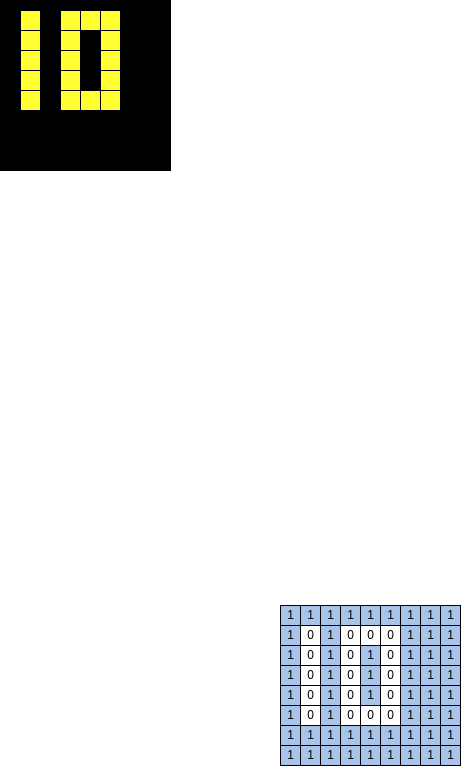
The draw.io diagram assets/images/image-segmentation/m2nist_image_illustration-5.drawio.png in ronen-halevy/ronen-halevy.github.io, before a commit. Source tidied: cells renumbered, new cells last; positions are measured from the earlier drawing's top-left corner, leaving out a move shared by most shapes.
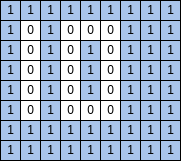
The same diagram one commit later.

Diff of the diagram source:
```diff
@@ -2,96 +2,6 @@
   <root>
     <mxCell id="0" />
     <mxCell id="1" parent="0" />
-    <mxCell id="2" style="whiteSpace=wrap;html=1;fillColor=#000000;strokeColor=#000000;" parent="1" vertex="1">
-      <mxGeometry width="170" height="170" as="geometry" />
-    </mxCell>
-    <mxCell id="3" value="1" style="text;html=1;align=center;verticalAlign=middle;strokeColor=none;fillColor=#FFFF33;" parent="1" vertex="1">
-      <mxGeometry x="60" y="10" width="20" height="20" as="geometry" />
-    </mxCell>
-    <mxCell id="4" value="1" style="text;html=1;align=center;verticalAlign=middle;strokeColor=none;fillColor=#FFFF33;" parent="1" vertex="1">
-      <mxGeometry x="100" y="90" width="20" height="20" as="geometry" />
-    </mxCell>
-    <mxCell id="5" value="1" style="text;html=1;align=center;verticalAlign=middle;strokeColor=none;fillColor=#FFFF33;" parent="1" vertex="1">
-      <mxGeometry x="100" y="30" width="20" height="20" as="geometry" />
-    </mxCell>
-    <mxCell id="6" value="1" style="text;html=1;align=center;verticalAlign=middle;strokeColor=none;fillColor=#FFFF33;" parent="1" vertex="1">
-      <mxGeometry x="100" y="50" width="20" height="20" as="geometry" />
-    </mxCell>
-    <mxCell id="7" value="1" style="text;html=1;align=center;verticalAlign=middle;strokeColor=none;fillColor=#FFFF33;" parent="1" vertex="1">
-      <mxGeometry x="60" y="70" width="20" height="20" as="geometry" />
-    </mxCell>
-    <mxCell id="8" value="1" style="text;html=1;align=center;verticalAlign=middle;strokeColor=none;fillColor=#FFFF33;" parent="1" vertex="1">
-      <mxGeometry x="100" y="10" width="20" height="20" as="geometry" />
-    </mxCell>
-    <mxCell id="9" value="1" style="text;html=1;align=center;verticalAlign=middle;strokeColor=none;fillColor=#FFFF33;" parent="1" vertex="1">
-      <mxGeometry x="80" y="10" width="20" height="20" as="geometry" />
-    </mxCell>
-    <mxCell id="10" value="1" style="text;html=1;align=center;verticalAlign=middle;strokeColor=none;fillColor=#FFFF33;" parent="1" vertex="1">
-      <mxGeometry x="60" y="90" width="20" height="20" as="geometry" />
-    </mxCell>
-    <mxCell id="11" value="1" style="text;html=1;align=center;verticalAlign=middle;strokeColor=none;fillColor=#FFFF33;" parent="1" vertex="1">
-      <mxGeometry x="80" y="90" width="20" height="20" as="geometry" />
-    </mxCell>
-    <mxCell id="12" value="1" style="text;html=1;align=center;verticalAlign=middle;strokeColor=none;fillColor=#FFFF33;" parent="1" vertex="1">
-      <mxGeometry x="60" y="50" width="20" height="20" as="geometry" />
-    </mxCell>
-    <mxCell id="13" value="1" style="text;html=1;align=center;verticalAlign=middle;strokeColor=none;fillColor=#FFFF33;" parent="1" vertex="1">
-      <mxGeometry x="100" y="70" width="20" height="20" as="geometry" />
-    </mxCell>
-    <mxCell id="14" value="1" style="text;html=1;align=center;verticalAlign=middle;strokeColor=none;fillColor=#FFFF33;" parent="1" vertex="1">
-      <mxGeometry x="60" y="30" width="20" height="20" as="geometry" />
-    </mxCell>
-    <mxCell id="15" style="rounded=0;whiteSpace=wrap;html=1;strokeColor=default;fillColor=#FFFF33;" parent="1" vertex="1">
-      <mxGeometry x="60" y="10" width="20" height="20" as="geometry" />
-    </mxCell>
-    <mxCell id="16" style="rounded=0;whiteSpace=wrap;html=1;strokeColor=default;fillColor=#FFFF33;" parent="1" vertex="1">
-      <mxGeometry x="80" y="10" width="20" height="20" as="geometry" />
-    </mxCell>
-    <mxCell id="17" style="rounded=0;whiteSpace=wrap;html=1;strokeColor=default;fillColor=#FFFF33;" parent="1" vertex="1">
-      <mxGeometry x="100" y="10" width="20" height="20" as="geometry" />
-    </mxCell>
-    <mxCell id="18" style="rounded=0;whiteSpace=wrap;html=1;strokeColor=default;fillColor=#FFFF33;" parent="1" vertex="1">
-      <mxGeometry x="60" y="30" width="20" height="20" as="geometry" />
-    </mxCell>
-    <mxCell id="19" style="rounded=0;whiteSpace=wrap;html=1;strokeColor=default;fillColor=#FFFF33;" parent="1" vertex="1">
-      <mxGeometry x="60" y="50" width="20" height="20" as="geometry" />
-    </mxCell>
-    <mxCell id="20" style="rounded=0;whiteSpace=wrap;html=1;strokeColor=default;fillColor=#FFFF33;" parent="1" vertex="1">
-      <mxGeometry x="60" y="70" width="20" height="20" as="geometry" />
-    </mxCell>
-    <mxCell id="21" style="rounded=0;whiteSpace=wrap;html=1;strokeColor=default;fillColor=#FFFF33;" parent="1" vertex="1">
-      <mxGeometry x="60" y="90" width="20" height="20" as="geometry" />
-    </mxCell>
-    <mxCell id="22" style="rounded=0;whiteSpace=wrap;html=1;strokeColor=default;fillColor=#FFFF33;" parent="1" vertex="1">
-      <mxGeometry x="80" y="90" width="20" height="20" as="geometry" />
-    </mxCell>
-    <mxCell id="23" style="rounded=0;whiteSpace=wrap;html=1;strokeColor=default;fillColor=#FFFF33;" parent="1" vertex="1">
-      <mxGeometry x="100" y="90" width="20" height="20" as="geometry" />
-    </mxCell>
-    <mxCell id="24" style="rounded=0;whiteSpace=wrap;html=1;strokeColor=default;fillColor=#FFFF33;" parent="1" vertex="1">
-      <mxGeometry x="100" y="70" width="20" height="20" as="geometry" />
-    </mxCell>
-    <mxCell id="25" style="rounded=0;whiteSpace=wrap;html=1;strokeColor=default;fillColor=#FFFF33;" parent="1" vertex="1">
-      <mxGeometry x="100" y="50" width="20" height="20" as="geometry" />
-    </mxCell>
-    <mxCell id="26" style="rounded=0;whiteSpace=wrap;html=1;strokeColor=default;fillColor=#FFFF33;" parent="1" vertex="1">
-      <mxGeometry x="100" y="30" width="20" height="20" as="geometry" />
-    </mxCell>
-    <mxCell id="27" style="rounded=0;whiteSpace=wrap;html=1;strokeColor=default;fillColor=#FFFF33;" parent="1" vertex="1">
-      <mxGeometry x="20" y="10" width="20" height="20" as="geometry" />
-    </mxCell>
-    <mxCell id="28" style="rounded=0;whiteSpace=wrap;html=1;strokeColor=default;fillColor=#FFFF33;" parent="1" vertex="1">
-      <mxGeometry x="20" y="50" width="20" height="20" as="geometry" />
-    </mxCell>
-    <mxCell id="29" style="rounded=0;whiteSpace=wrap;html=1;strokeColor=default;fillColor=#FFFF33;" parent="1" vertex="1">
-      <mxGeometry x="20" y="90" width="20" height="20" as="geometry" />
-    </mxCell>
-    <mxCell id="30" style="rounded=0;whiteSpace=wrap;html=1;strokeColor=default;fillColor=#FFFF33;" parent="1" vertex="1">
-      <mxGeometry x="20" y="30" width="20" height="20" as="geometry" />
-    </mxCell>
-    <mxCell id="31" style="rounded=0;whiteSpace=wrap;html=1;strokeColor=default;fillColor=#FFFF33;" parent="1" vertex="1">
-      <mxGeometry x="20" y="70" width="20" height="20" as="geometry" />
-    </mxCell>
     <mxCell id="32" value="0" style="text;html=1;align=center;verticalAlign=middle;strokeColor=default;fillColor=#A9C4EB;" parent="1" vertex="1">
       <mxGeometry x="400" y="725" width="20" height="20" as="geometry" />
     </mxCell>
```
